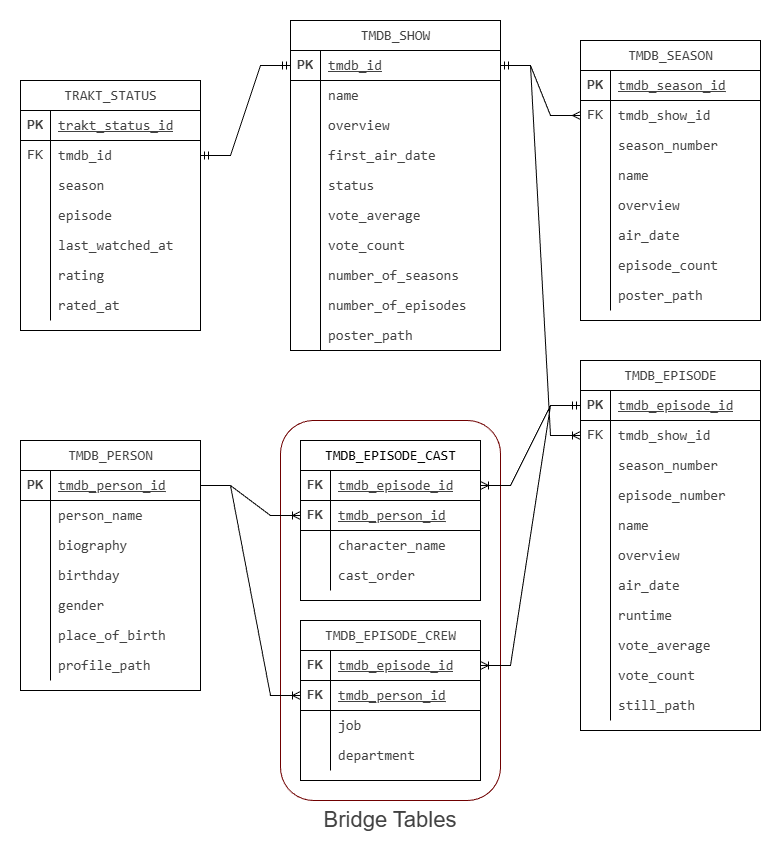
ngn73/8640-web_services_and_applications keeps this draw.io diagram as project/images/Media_Manager_DB.drawio.png. Above is the earlier version. Source tidied: cells renumbered, new cells last; positions are measured from the earlier drawing's top-left corner, leaving out a move shared by most shapes.
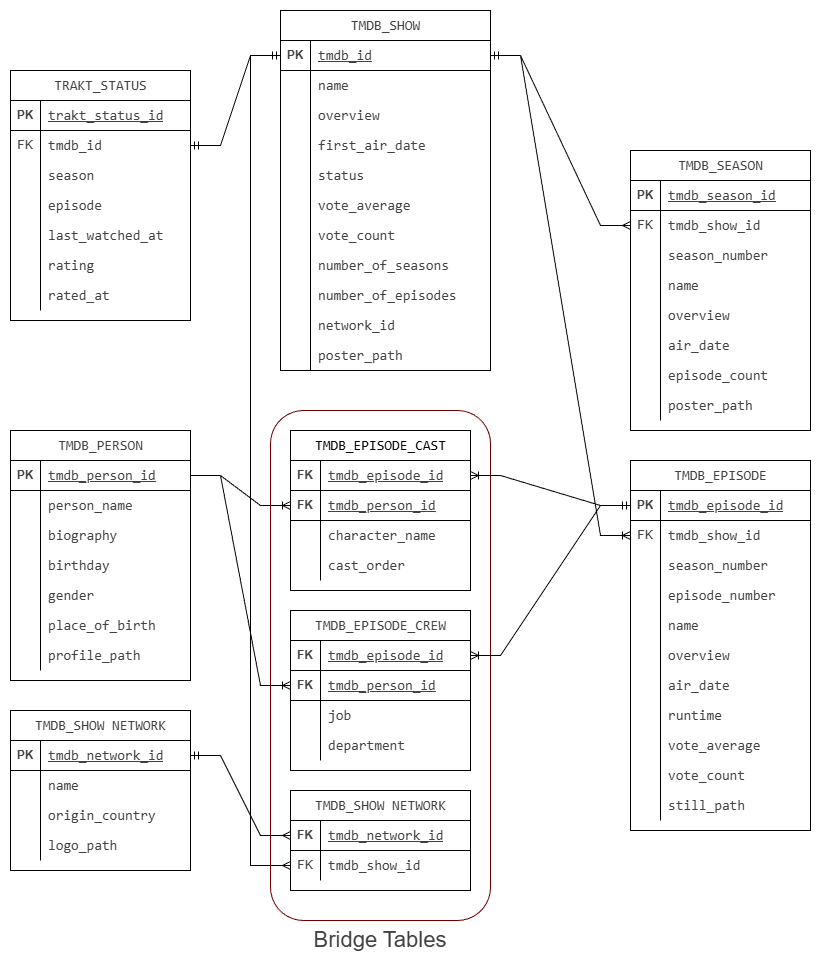
After the change.

The edit, as a diff of the source:
```diff
@@ -3,7 +3,7 @@
     <mxCell id="0" />
     <mxCell id="1" parent="0" />
     <mxCell id="2" value="Bridge Tables" style="rounded=1;whiteSpace=wrap;html=1;labelPosition=center;verticalLabelPosition=bottom;align=center;verticalAlign=top;fontSize=22;fillColor=none;labelBackgroundColor=default;fontColor=#414141;strokeColor=#6F0000;" parent="1" vertex="1">
-      <mxGeometry x="260" y="400" width="220" height="380" as="geometry" />
+      <mxGeometry x="260" y="400" width="220" height="510" as="geometry" />
     </mxCell>
     <mxCell id="3" value="&lt;div style=&quot;font-family: Consolas, &amp;quot;Courier New&amp;quot;, monospace; font-weight: normal; font-size: 14px; line-height: 19px; white-space-collapse: preserve;&quot;&gt;&lt;span style=&quot;&quot;&gt;TRAKT_STATUS&lt;/span&gt;&lt;/div&gt;" style="shape=table;startSize=30;rowLines=0;fontStyle=1;align=center;html=1;labelBackgroundColor=default;fontColor=#414141;" parent="1" vertex="1">
       <mxGeometry y="60" width="180" height="250" as="geometry" />
@@ -72,7 +72,7 @@
       <mxGeometry x="30" width="150" height="30" as="geometry" />
     </mxCell>
     <mxCell id="25" value="&lt;div style=&quot;font-family: Consolas, &amp;quot;Courier New&amp;quot;, monospace; font-weight: normal; font-size: 14px; line-height: 19px; white-space-collapse: preserve;&quot;&gt;&lt;div style=&quot;line-height: 19px;&quot;&gt;&lt;span style=&quot;&quot;&gt;TMDB_SHOW&lt;/span&gt;&lt;/div&gt;&lt;/div&gt;" style="shape=table;startSize=30;rowLines=0;fontStyle=1;align=center;html=1;labelBackgroundColor=default;fontColor=#414141;" parent="1" vertex="1">
-      <mxGeometry x="270" width="210" height="330" as="geometry" />
+      <mxGeometry x="270" width="210" height="360" as="geometry" />
     </mxCell>
     <mxCell id="26" style="shape=tableRow;horizontal=0;startSize=0;swimlaneHead=0;swimlaneBody=0;fillColor=none;points=[[0,0.5],[1,0.5]];portConstraint=eastwest;top=0;left=0;right=0;bottom=1;labelBackgroundColor=default;fontColor=#414141;" parent="25" vertex="1">
       <mxGeometry y="30" width="210" height="30" as="geometry" />
@@ -161,14 +161,23 @@
     <mxCell id="54" style="shape=partialRectangle;fillColor=none;top=0;left=0;bottom=0;right=0;overflow=hidden;whiteSpace=wrap;html=1;labelBackgroundColor=default;fontColor=#414141;" parent="53" vertex="1">
       <mxGeometry width="30" height="30" as="geometry" />
     </mxCell>
-    <mxCell id="55" value="&lt;div style=&quot;font-family: Consolas, &amp;quot;Courier New&amp;quot;, monospace; font-size: 14px; line-height: 19px; white-space: pre;&quot;&gt;&lt;div style=&quot;line-height: 19px;&quot;&gt;&lt;div style=&quot;line-height: 19px;&quot;&gt;&lt;div style=&quot;line-height: 19px;&quot;&gt;&lt;div style=&quot;line-height: 19px;&quot;&gt;poster_path&lt;/div&gt;&lt;/div&gt;&lt;/div&gt;&lt;/div&gt;&lt;/div&gt;" style="shape=partialRectangle;fillColor=none;top=0;left=0;bottom=0;right=0;align=left;spacingLeft=6;overflow=hidden;whiteSpace=wrap;html=1;labelBackgroundColor=default;fontColor=#414141;" parent="53" vertex="1">
+    <mxCell id="55" value="&lt;div style=&quot;font-family: Consolas, &amp;quot;Courier New&amp;quot;, monospace; font-size: 14px; line-height: 19px; white-space: pre;&quot;&gt;&lt;div style=&quot;line-height: 19px;&quot;&gt;&lt;div style=&quot;line-height: 19px;&quot;&gt;&lt;div style=&quot;line-height: 19px;&quot;&gt;&lt;div style=&quot;line-height: 19px;&quot;&gt;network_id&lt;/div&gt;&lt;/div&gt;&lt;/div&gt;&lt;/div&gt;&lt;/div&gt;" style="shape=partialRectangle;fillColor=none;top=0;left=0;bottom=0;right=0;align=left;spacingLeft=6;overflow=hidden;whiteSpace=wrap;html=1;labelBackgroundColor=default;fontColor=#414141;" parent="53" vertex="1">
       <mxGeometry x="30" width="180" height="30" as="geometry" />
     </mxCell>
+    <mxCell id="170" style="shape=tableRow;horizontal=0;startSize=0;swimlaneHead=0;swimlaneBody=0;fillColor=none;top=0;left=0;right=0;bottom=0;labelBackgroundColor=default;fontColor=#414141;" parent="25" vertex="1">
+      <mxGeometry y="330" width="210" height="30" as="geometry" />
+    </mxCell>
+    <mxCell id="171" style="shape=partialRectangle;fillColor=none;top=0;left=0;bottom=0;right=0;overflow=hidden;whiteSpace=wrap;html=1;labelBackgroundColor=default;fontColor=#414141;" parent="170" vertex="1">
+      <mxGeometry width="30" height="30" as="geometry" />
+    </mxCell>
+    <mxCell id="172" value="&lt;div style=&quot;font-family: Consolas, &amp;quot;Courier New&amp;quot;, monospace; font-size: 14px; line-height: 19px; white-space: pre;&quot;&gt;&lt;div style=&quot;line-height: 19px;&quot;&gt;&lt;div style=&quot;line-height: 19px;&quot;&gt;&lt;div style=&quot;line-height: 19px;&quot;&gt;&lt;div style=&quot;line-height: 19px;&quot;&gt;poster_path&lt;/div&gt;&lt;/div&gt;&lt;/div&gt;&lt;/div&gt;&lt;/div&gt;" style="shape=partialRectangle;fillColor=none;top=0;left=0;bottom=0;right=0;align=left;spacingLeft=6;overflow=hidden;whiteSpace=wrap;html=1;labelBackgroundColor=default;fontColor=#414141;" parent="170" vertex="1">
+      <mxGeometry x="30" width="180" height="30" as="geometry" />
+    </mxCell>
     <mxCell id="56" style="edgeStyle=entityRelationEdgeStyle;fontSize=12;html=1;endArrow=ERmandOne;startArrow=ERmandOne;rounded=0;entryX=0;entryY=0.5;entryDx=0;entryDy=0;exitX=1;exitY=0.5;exitDx=0;exitDy=0;labelBackgroundColor=default;fontColor=#414141;" parent="1" edge="1" source="7" target="26">
       <mxGeometry relative="1" as="geometry" />
     </mxCell>
     <mxCell id="57" value="&lt;div style=&quot;font-family: Consolas, &amp;quot;Courier New&amp;quot;, monospace; font-weight: normal; font-size: 14px; line-height: 19px; white-space-collapse: preserve;&quot;&gt;&lt;div style=&quot;line-height: 19px;&quot;&gt;&lt;span style=&quot;&quot;&gt;TMDB_SEASON&lt;/span&gt;&lt;/div&gt;&lt;/div&gt;" style="shape=table;startSize=30;rowLines=0;fontStyle=1;align=center;html=1;labelBackgroundColor=default;fontColor=#414141;" parent="1" vertex="1">
-      <mxGeometry x="560" y="20" width="180" height="280" as="geometry" />
+      <mxGeometry x="620" y="140" width="180" height="280" as="geometry" />
     </mxCell>
     <mxCell id="58" style="shape=tableRow;horizontal=0;startSize=0;swimlaneHead=0;swimlaneBody=0;fillColor=none;top=0;left=0;right=0;bottom=1;labelBackgroundColor=default;fontColor=#414141;" parent="57" vertex="1">
       <mxGeometry y="30" width="180" height="30" as="geometry" />
@@ -243,7 +252,7 @@
       <mxGeometry x="30" width="150" height="30" as="geometry" />
     </mxCell>
     <mxCell id="82" value="&lt;div style=&quot;font-family: Consolas, &amp;quot;Courier New&amp;quot;, monospace; font-weight: normal; font-size: 14px; line-height: 19px; white-space-collapse: preserve;&quot;&gt;&lt;div style=&quot;line-height: 19px;&quot;&gt;&lt;span style=&quot;&quot;&gt;TMDB_EPISODE&lt;/span&gt;&lt;/div&gt;&lt;/div&gt;" style="shape=table;startSize=30;rowLines=0;fontStyle=1;align=center;html=1;labelBackgroundColor=default;fontColor=#414141;" parent="1" vertex="1">
-      <mxGeometry x="560" y="340" width="180" height="370" as="geometry" />
+      <mxGeometry x="620" y="450" width="180" height="370" as="geometry" />
     </mxCell>
     <mxCell id="83" style="shape=tableRow;horizontal=0;startSize=0;swimlaneHead=0;swimlaneBody=0;fillColor=none;points=[[0,0.5],[1,0.5]];portConstraint=eastwest;top=0;left=0;right=0;bottom=1;labelBackgroundColor=default;fontColor=#414141;" parent="82" vertex="1">
       <mxGeometry y="30" width="180" height="30" as="geometry" />
@@ -506,5 +515,76 @@
     <mxCell id="169" style="edgeStyle=entityRelationEdgeStyle;fontSize=12;html=1;endArrow=ERmandOne;rounded=0;exitX=1;exitY=0.5;exitDx=0;exitDy=0;entryX=0;entryY=0.5;entryDx=0;entryDy=0;startArrow=ERoneToMany;startFill=0;endFill=0;labelBackgroundColor=default;fontColor=#414141;" parent="1" edge="1" source="119" target="83">
       <mxGeometry relative="1" as="geometry" />
     </mxCell>
+    <mxCell id="173" value="&lt;div style=&quot;font-family: Consolas, &amp;quot;Courier New&amp;quot;, monospace; font-weight: normal; font-size: 14px; line-height: 19px; white-space-collapse: preserve;&quot;&gt;&lt;div style=&quot;line-height: 19px;&quot;&gt;&lt;span style=&quot;&quot;&gt;TMDB_SHOW NETWORK&lt;/span&gt;&lt;/div&gt;&lt;/div&gt;" style="shape=table;startSize=30;rowLines=0;fontStyle=1;align=center;html=1;labelBackgroundColor=default;fontColor=#414141;" parent="1" vertex="1">
+      <mxGeometry y="700" width="180" height="160" as="geometry" />
+    </mxCell>
+    <mxCell id="174" style="shape=tableRow;horizontal=0;startSize=0;swimlaneHead=0;swimlaneBody=0;fillColor=none;points=[[0,0.5],[1,0.5]];portConstraint=eastwest;top=0;left=0;right=0;bottom=1;labelBackgroundColor=default;fontColor=#414141;" parent="173" vertex="1">
+      <mxGeometry y="30" width="180" height="30" as="geometry" />
+    </mxCell>
+    <mxCell id="175" value="PK" style="shape=partialRectangle;fillColor=none;top=0;left=0;bottom=0;right=0;fontStyle=1;overflow=hidden;whiteSpace=wrap;html=1;labelBackgroundColor=default;fontColor=#414141;" parent="174" vertex="1">
+      <mxGeometry width="30" height="30" as="geometry" />
+    </mxCell>
+    <mxCell id="176" value="&lt;div style=&quot;font-family: Consolas, &amp;quot;Courier New&amp;quot;, monospace; font-weight: normal; font-size: 14px; line-height: 19px; white-space: pre;&quot;&gt;&lt;div style=&quot;line-height: 19px;&quot;&gt;&lt;div style=&quot;line-height: 19px;&quot;&gt;tmdb_network_id&lt;/div&gt;&lt;/div&gt;&lt;/div&gt;" style="shape=partialRectangle;fillColor=none;top=0;left=0;bottom=0;right=0;align=left;spacingLeft=6;fontStyle=5;overflow=hidden;whiteSpace=wrap;html=1;labelBackgroundColor=default;fontColor=#414141;" parent="174" vertex="1">
+      <mxGeometry x="30" width="150" height="30" as="geometry" />
+    </mxCell>
+    <mxCell id="177" style="shape=tableRow;horizontal=0;startSize=0;swimlaneHead=0;swimlaneBody=0;fillColor=none;top=0;left=0;right=0;bottom=0;labelBackgroundColor=default;fontColor=#414141;" parent="173" vertex="1">
+      <mxGeometry y="60" width="180" height="30" as="geometry" />
+    </mxCell>
+    <mxCell id="178" style="shape=partialRectangle;fillColor=none;top=0;left=0;bottom=0;right=0;overflow=hidden;whiteSpace=wrap;html=1;labelBackgroundColor=default;fontColor=#414141;" parent="177" vertex="1">
+      <mxGeometry width="30" height="30" as="geometry" />
+    </mxCell>
+    <mxCell id="179" value="&lt;div style=&quot;font-family: Consolas, &amp;quot;Courier New&amp;quot;, monospace; font-size: 14px; line-height: 19px; white-space: pre;&quot;&gt;name&lt;/div&gt;" style="shape=partialRectangle;fillColor=none;top=0;left=0;bottom=0;right=0;align=left;spacingLeft=6;overflow=hidden;whiteSpace=wrap;html=1;labelBackgroundColor=default;fontColor=#414141;" parent="177" vertex="1">
+      <mxGeometry x="30" width="150" height="30" as="geometry" />
+    </mxCell>
+    <mxCell id="180" style="shape=tableRow;horizontal=0;startSize=0;swimlaneHead=0;swimlaneBody=0;fillColor=none;top=0;left=0;right=0;bottom=0;labelBackgroundColor=default;fontColor=#414141;" parent="173" vertex="1">
+      <mxGeometry y="90" width="180" height="30" as="geometry" />
+    </mxCell>
+    <mxCell id="181" style="shape=partialRectangle;fillColor=none;top=0;left=0;bottom=0;right=0;overflow=hidden;whiteSpace=wrap;html=1;labelBackgroundColor=default;fontColor=#414141;" parent="180" vertex="1">
+      <mxGeometry width="30" height="30" as="geometry" />
+    </mxCell>
+    <mxCell id="182" value="&lt;div style=&quot;font-family: Consolas, &amp;quot;Courier New&amp;quot;, monospace; font-size: 14px; line-height: 19px; white-space: pre;&quot;&gt;&lt;div style=&quot;line-height: 19px;&quot;&gt;&lt;div style=&quot;line-height: 19px;&quot;&gt;origin_country&lt;/div&gt;&lt;/div&gt;&lt;/div&gt;" style="shape=partialRectangle;fillColor=none;top=0;left=0;bottom=0;right=0;align=left;spacingLeft=6;overflow=hidden;whiteSpace=wrap;html=1;labelBackgroundColor=default;fontColor=#414141;" parent="180" vertex="1">
+      <mxGeometry x="30" width="150" height="30" as="geometry" />
+    </mxCell>
+    <mxCell id="183" style="shape=tableRow;horizontal=0;startSize=0;swimlaneHead=0;swimlaneBody=0;fillColor=none;top=0;left=0;right=0;bottom=0;labelBackgroundColor=default;fontColor=#414141;" parent="173" vertex="1">
+      <mxGeometry y="120" width="180" height="30" as="geometry" />
+    </mxCell>
+    <mxCell id="184" style="shape=partialRectangle;fillColor=none;top=0;left=0;bottom=0;right=0;overflow=hidden;whiteSpace=wrap;html=1;labelBackgroundColor=default;fontColor=#414141;" parent="183" vertex="1">
+      <mxGeometry width="30" height="30" as="geometry" />
+    </mxCell>
+    <mxCell id="185" value="&lt;div style=&quot;font-family: Consolas, &amp;quot;Courier New&amp;quot;, monospace; font-size: 14px; line-height: 19px; white-space: pre;&quot;&gt;&lt;div style=&quot;line-height: 19px;&quot;&gt;&lt;div style=&quot;line-height: 19px;&quot;&gt;&lt;div style=&quot;line-height: 19px;&quot;&gt;&lt;div style=&quot;line-height: 19px;&quot;&gt;logo_path&lt;/div&gt;&lt;/div&gt;&lt;/div&gt;&lt;/div&gt;&lt;/div&gt;" style="shape=partialRectangle;fillColor=none;top=0;left=0;bottom=0;right=0;align=left;spacingLeft=6;overflow=hidden;whiteSpace=wrap;html=1;labelBackgroundColor=default;fontColor=#414141;" parent="183" vertex="1">
+      <mxGeometry x="30" width="150" height="30" as="geometry" />
+    </mxCell>
+    <mxCell id="186" value="&lt;div style=&quot;font-family: Consolas, &amp;quot;Courier New&amp;quot;, monospace; font-weight: normal; font-size: 14px; line-height: 19px; white-space-collapse: preserve;&quot;&gt;&lt;div style=&quot;line-height: 19px;&quot;&gt;&lt;span style=&quot;&quot;&gt;TMDB_SHOW NETWORK&lt;/span&gt;&lt;/div&gt;&lt;/div&gt;" style="shape=table;startSize=30;rowLines=0;fontStyle=1;align=center;html=1;labelBackgroundColor=default;fontColor=#414141;" parent="1" vertex="1">
+      <mxGeometry x="280" y="780" width="180" height="100" as="geometry" />
+    </mxCell>
+    <mxCell id="187" style="shape=tableRow;horizontal=0;startSize=0;swimlaneHead=0;swimlaneBody=0;fillColor=none;points=[[0,0.5],[1,0.5]];portConstraint=eastwest;top=0;left=0;right=0;bottom=1;labelBackgroundColor=default;fontColor=#414141;" parent="186" vertex="1">
+      <mxGeometry y="30" width="180" height="30" as="geometry" />
+    </mxCell>
+    <mxCell id="188" value="FK" style="shape=partialRectangle;fillColor=none;top=0;left=0;bottom=0;right=0;fontStyle=1;overflow=hidden;whiteSpace=wrap;html=1;labelBackgroundColor=default;fontColor=#414141;" parent="187" vertex="1">
+      <mxGeometry width="30" height="30" as="geometry" />
+    </mxCell>
+    <mxCell id="189" value="&lt;div style=&quot;font-family: Consolas, &amp;quot;Courier New&amp;quot;, monospace; font-weight: normal; font-size: 14px; line-height: 19px; white-space: pre;&quot;&gt;&lt;div style=&quot;line-height: 19px;&quot;&gt;&lt;div style=&quot;line-height: 19px;&quot;&gt;tmdb_network_id&lt;/div&gt;&lt;/div&gt;&lt;/div&gt;" style="shape=partialRectangle;fillColor=none;top=0;left=0;bottom=0;right=0;align=left;spacingLeft=6;fontStyle=5;overflow=hidden;whiteSpace=wrap;html=1;labelBackgroundColor=default;fontColor=#414141;" parent="187" vertex="1">
+      <mxGeometry x="30" width="150" height="30" as="geometry" />
+    </mxCell>
+    <mxCell id="190" style="shape=tableRow;horizontal=0;startSize=0;swimlaneHead=0;swimlaneBody=0;fillColor=none;points=[[0,0.5],[1,0.5]];portConstraint=eastwest;top=0;left=0;right=0;bottom=0;labelBackgroundColor=default;fontColor=#414141;" parent="186" vertex="1">
+      <mxGeometry y="60" width="180" height="30" as="geometry" />
+    </mxCell>
+    <mxCell id="191" value="FK" style="shape=partialRectangle;fillColor=none;top=0;left=0;bottom=0;right=0;overflow=hidden;whiteSpace=wrap;html=1;labelBackgroundColor=default;fontColor=#414141;" parent="190" vertex="1">
+      <mxGeometry width="30" height="30" as="geometry" />
+    </mxCell>
+    <mxCell id="192" value="&lt;div style=&quot;font-family: Consolas, &amp;quot;Courier New&amp;quot;, monospace; font-size: 14px; line-height: 19px; white-space: pre;&quot;&gt;tmdb_show_id&lt;/div&gt;" style="shape=partialRectangle;fillColor=none;top=0;left=0;bottom=0;right=0;align=left;spacingLeft=6;overflow=hidden;whiteSpace=wrap;html=1;labelBackgroundColor=default;fontColor=#414141;" parent="190" vertex="1">
+      <mxGeometry x="30" width="150" height="30" as="geometry" />
+    </mxCell>
+    <mxCell id="193" style="endArrow=ERmandOne;html=1;rounded=0;edgeStyle=orthogonalEdgeStyle;exitX=0;exitY=0.5;exitDx=0;exitDy=0;entryX=0;entryY=0.5;entryDx=0;entryDy=0;endFill=0;startArrow=ERmany;startFill=0;" parent="1" edge="1" source="190" target="26">
+      <mxGeometry relative="1" as="geometry">
+        <Array as="points">
+          <mxPoint x="240" y="855" />
+          <mxPoint x="240" y="45" />
+        </Array>
+      </mxGeometry>
+    </mxCell>
+    <mxCell id="194" style="endArrow=ERmany;html=1;rounded=0;exitX=1;exitY=0.5;exitDx=0;exitDy=0;entryX=0;entryY=0.5;entryDx=0;entryDy=0;edgeStyle=entityRelationEdgeStyle;startArrow=ERmandOne;startFill=0;endFill=0;" parent="1" edge="1" source="174" target="187">
+      <mxGeometry relative="1" as="geometry" />
+    </mxCell>
   </root>
 </mxGraphModel>
```
